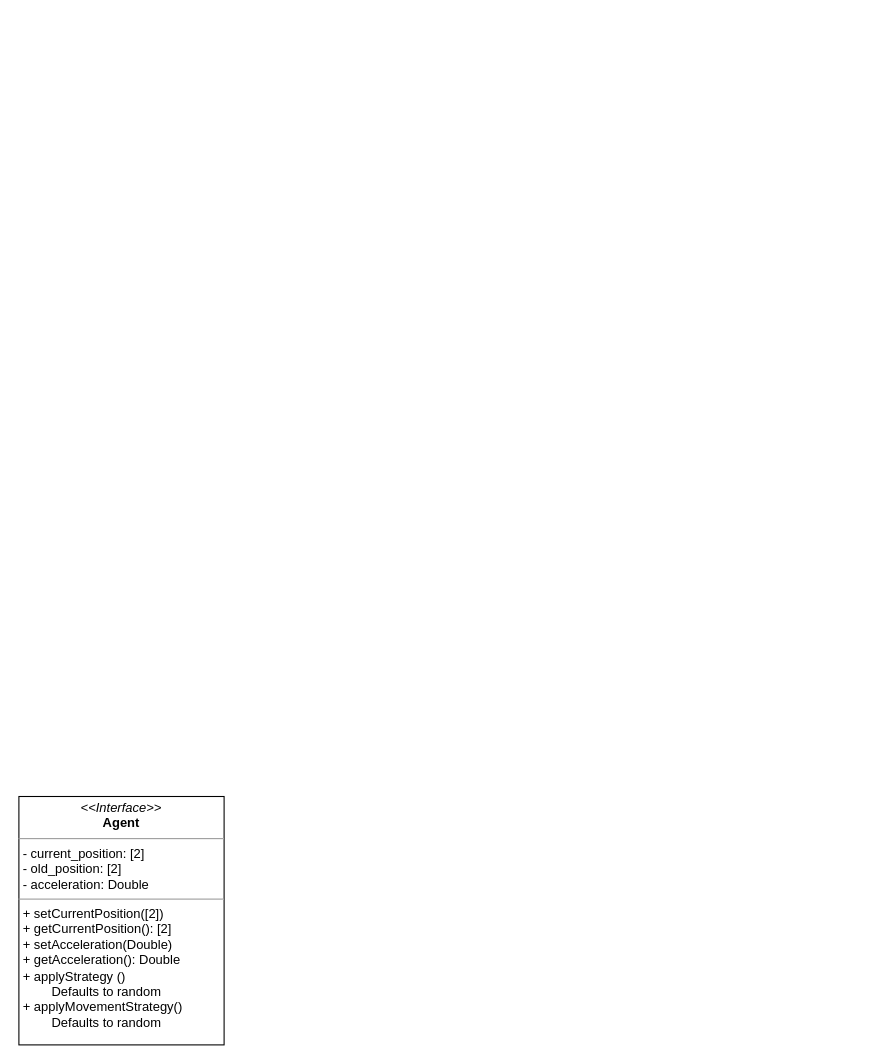
Boland-Unfug/Thesis-python keeps this draw.io diagram as Untitled Diagram.drawio. Above is the earlier version. Source tidied: cells renumbered, new cells numbered last; positions are measured from the earlier drawing's top-left corner, leaving out a move shared by most shapes. Both pictures are drawn from the tidied source at 108%, with x=0, y=0 at pixel (18, 796).
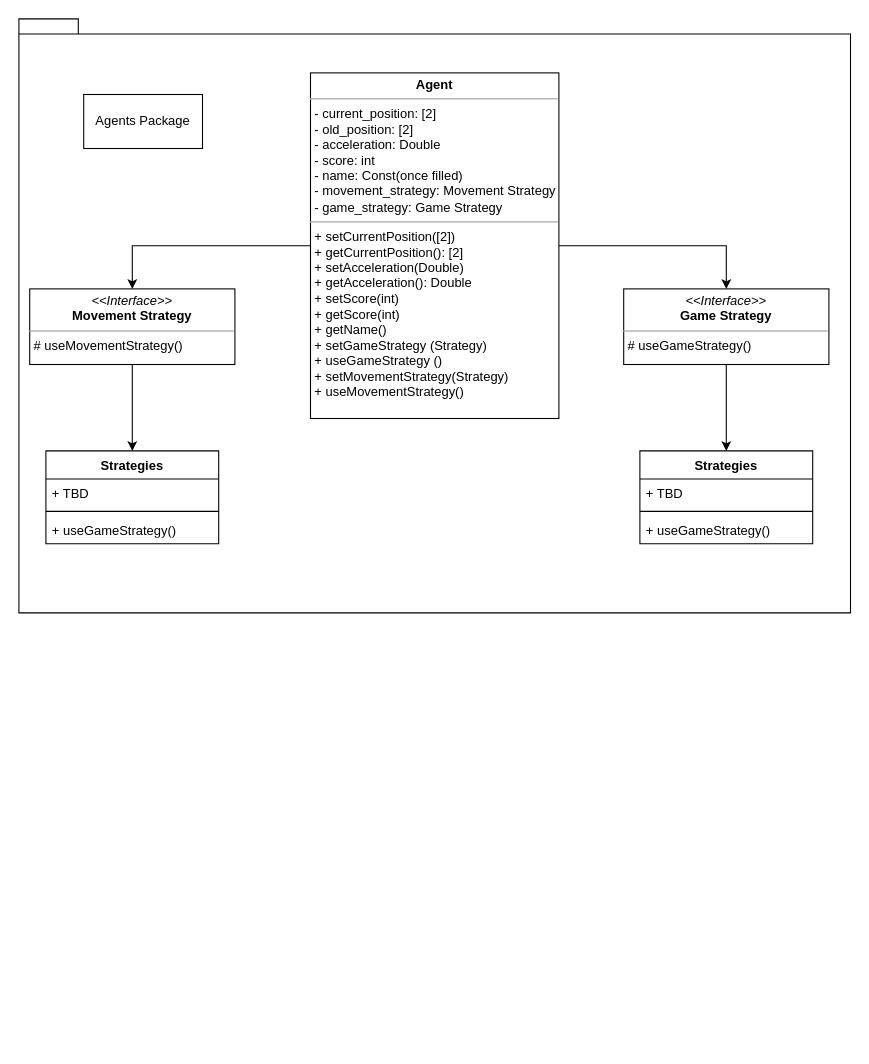
The same page after the edit.

What changed in the source:
```diff
@@
+    <mxCell id="3" style="group;" parent="1" vertex="1">
+      <mxGeometry y="-720" width="770" height="550" as="geometry" />
+    </mxCell>
+    <mxCell id="4" style="group;" parent="3" vertex="1">
+      <mxGeometry width="770" height="550" as="geometry" />
+    </mxCell>
+    <mxCell id="5" style="shape=folder;fontStyle=1;spacingTop=10;tabWidth=40;tabHeight=14;tabPosition=left;html=1;whiteSpace=wrap;" parent="4" vertex="1">
+      <mxGeometry width="770" height="550" as="geometry" />
+    </mxCell>
-    <mxCell id="2" value="&lt;p style=&quot;margin:0px;margin-top:4px;text-align:center;&quot;&gt;&lt;i&gt;&amp;lt;&amp;lt;Interface&amp;gt;&amp;gt;&lt;/i&gt;&lt;br&gt;&lt;b&gt;Agent&lt;/b&gt;&lt;br&gt;&lt;/p&gt;&lt;hr size=&quot;1&quot;&gt;&lt;p style=&quot;margin:0px;margin-left:4px;&quot;&gt;- current_position: [2]&lt;br&gt;- old_position: [2]&lt;/p&gt;&lt;p style=&quot;margin:0px;margin-left:4px;&quot;&gt;- acceleration: Double&lt;br&gt;&lt;/p&gt;&lt;hr size=&quot;1&quot;&gt;&lt;p style=&quot;margin:0px;margin-left:4px;&quot;&gt;+ setCurrentPosition([2])&lt;br&gt;+ getCurrentPosition(): [2]&lt;/p&gt;&lt;p style=&quot;margin:0px;margin-left:4px;&quot;&gt;+ setAcceleration(Double)&lt;br&gt;+ getAcceleration(): Double&lt;/p&gt;&lt;p style=&quot;margin:0px;margin-left:4px;&quot;&gt;+ applyStrategy ()&lt;/p&gt;&lt;p style=&quot;margin:0px;margin-left:4px;&quot;&gt;&lt;span style=&quot;white-space: pre;&quot;&gt;&#9;&lt;/span&gt;Defaults to random&lt;br&gt;&lt;/p&gt;&lt;p style=&quot;margin:0px;margin-left:4px;&quot;&gt;+ applyMovementStrategy()&lt;/p&gt;&lt;p style=&quot;margin:0px;margin-left:4px;&quot;&gt;&lt;span style=&quot;white-space: pre;&quot;&gt;&#9;&lt;/span&gt;Defaults to random&lt;br&gt;&lt;/p&gt;" style="verticalAlign=top;align=left;overflow=fill;fontSize=12;fontFamily=Helvetica;html=1;whiteSpace=wrap;" parent="1" vertex="1">
-      <mxGeometry width="190" height="230" as="geometry" />
+    <mxCell id="2" value="&lt;p style=&quot;margin:0px;margin-top:4px;text-align:center;&quot;&gt;&lt;b&gt;Agent&lt;/b&gt;&lt;br&gt;&lt;/p&gt;&lt;hr size=&quot;1&quot;&gt;&lt;p style=&quot;margin:0px;margin-left:4px;&quot;&gt;- current_position: [2]&lt;br&gt;- old_position: [2]&lt;/p&gt;&lt;p style=&quot;margin:0px;margin-left:4px;&quot;&gt;- acceleration: Double&lt;/p&gt;&lt;p style=&quot;margin:0px;margin-left:4px;&quot;&gt;- score: int&lt;/p&gt;&lt;p style=&quot;margin:0px;margin-left:4px;&quot;&gt;- name: Const(once filled)&lt;/p&gt;&lt;p style=&quot;margin:0px;margin-left:4px;&quot;&gt;- movement_strategy: Movement Strategy&lt;/p&gt;&lt;p style=&quot;margin:0px;margin-left:4px;&quot;&gt;- game_strategy: Game Strategy&lt;br&gt;&lt;/p&gt;&lt;hr size=&quot;1&quot;&gt;&lt;p style=&quot;margin:0px;margin-left:4px;&quot;&gt;+ setCurrentPosition([2])&lt;br&gt;+ getCurrentPosition(): [2]&lt;/p&gt;&lt;p style=&quot;margin:0px;margin-left:4px;&quot;&gt;+ setAcceleration(Double)&lt;br&gt;+ getAcceleration(): Double&lt;/p&gt;&lt;p style=&quot;margin:0px;margin-left:4px;&quot;&gt;+ setScore(int)&lt;/p&gt;&lt;p style=&quot;margin:0px;margin-left:4px;&quot;&gt;+ getScore(int)&lt;/p&gt;&lt;p style=&quot;margin:0px;margin-left:4px;&quot;&gt;+ getName()&lt;br&gt;&lt;/p&gt;&lt;p style=&quot;margin:0px;margin-left:4px;&quot;&gt;+ setGameStrategy (Strategy)&lt;br&gt;&lt;/p&gt;&lt;p style=&quot;margin:0px;margin-left:4px;&quot;&gt;+ useGameStrategy ()&lt;/p&gt;&lt;p style=&quot;margin:0px;margin-left:4px;&quot;&gt;+ setMovementStrategy(Strategy)&lt;br&gt;&lt;/p&gt;&lt;p style=&quot;margin:0px;margin-left:4px;&quot;&gt;+ useMovementStrategy()&lt;/p&gt;" style="verticalAlign=top;align=left;overflow=fill;fontSize=12;fontFamily=Helvetica;html=1;whiteSpace=wrap;" parent="4" vertex="1">
+      <mxGeometry x="270" y="50" width="230" height="320" as="geometry" />
     </mxCell>
+    <mxCell id="6" value="&lt;p style=&quot;margin:0px;margin-top:4px;text-align:center;&quot;&gt;&lt;i&gt;&amp;lt;&amp;lt;Interface&amp;gt;&amp;gt;&lt;/i&gt;&lt;br&gt;&lt;b&gt;Game Strategy&lt;/b&gt;&lt;br&gt;&lt;/p&gt;&lt;hr size=&quot;1&quot;&gt;&lt;p style=&quot;margin:0px;margin-left:4px;&quot;&gt;# useGameStrategy()&lt;br&gt;&lt;/p&gt;" style="verticalAlign=top;align=left;overflow=fill;fontSize=12;fontFamily=Helvetica;html=1;whiteSpace=wrap;" parent="4" vertex="1">
+      <mxGeometry x="560" y="250" width="190" height="70" as="geometry" />
+    </mxCell>
+    <mxCell id="7" style="edgeStyle=orthogonalEdgeStyle;rounded=0;jettySize=auto;html=1;exitX=1;exitY=0.5;exitDx=0;exitDy=0;entryX=0.5;entryY=0;entryDx=0;entryDy=0;" parent="4" edge="1" source="2" target="6">
+      <mxGeometry relative="1" as="geometry" />
+    </mxCell>
+    <mxCell id="8" value="&lt;p style=&quot;margin:0px;margin-top:4px;text-align:center;&quot;&gt;&lt;i&gt;&amp;lt;&amp;lt;Interface&amp;gt;&amp;gt;&lt;/i&gt;&lt;br&gt;&lt;b&gt;Movement Strategy&lt;/b&gt;&lt;br&gt;&lt;/p&gt;&lt;hr size=&quot;1&quot;&gt;&lt;p style=&quot;margin:0px;margin-left:4px;&quot;&gt;# useMovementStrategy()&lt;br&gt;&lt;/p&gt;" style="verticalAlign=top;align=left;overflow=fill;fontSize=12;fontFamily=Helvetica;html=1;whiteSpace=wrap;" parent="4" vertex="1">
+      <mxGeometry x="10" y="250" width="190" height="70" as="geometry" />
+    </mxCell>
+    <mxCell id="9" style="edgeStyle=orthogonalEdgeStyle;rounded=0;jettySize=auto;html=1;exitX=0;exitY=0.5;exitDx=0;exitDy=0;entryX=0.5;entryY=0;entryDx=0;entryDy=0;" parent="4" edge="1" source="2" target="8">
+      <mxGeometry relative="1" as="geometry" />
+    </mxCell>
+    <mxCell id="10" value="Strategies" style="swimlane;fontStyle=1;align=center;verticalAlign=top;horizontal=1;startSize=26;whiteSpace=wrap;html=1;" parent="4" vertex="1">
+      <mxGeometry x="575" y="400" width="160" height="86" as="geometry" />
+    </mxCell>
+    <mxCell id="11" value="+ TBD" style="text;strokeColor=none;fillColor=none;align=left;verticalAlign=top;spacingLeft=4;spacingRight=4;overflow=hidden;whiteSpace=wrap;html=1;" parent="10" vertex="1">
+      <mxGeometry y="26" width="160" height="26" as="geometry" />
+    </mxCell>
+    <mxCell id="12" style="line;strokeWidth=1;fillColor=none;align=left;verticalAlign=middle;spacingTop=-1;spacingLeft=3;spacingRight=3;labelPosition=right;strokeColor=inherit;" parent="10" vertex="1">
+      <mxGeometry y="52" width="160" height="8" as="geometry" />
+    </mxCell>
+    <mxCell id="13" value="+ useGameStrategy()" style="text;strokeColor=none;fillColor=none;align=left;verticalAlign=top;spacingLeft=4;spacingRight=4;overflow=hidden;whiteSpace=wrap;html=1;" parent="10" vertex="1">
+      <mxGeometry y="60" width="160" height="26" as="geometry" />
+    </mxCell>
+    <mxCell id="14" style="edgeStyle=orthogonalEdgeStyle;rounded=0;jettySize=auto;html=1;entryX=0.5;entryY=0;entryDx=0;entryDy=0;" parent="4" edge="1" source="6" target="10">
+      <mxGeometry relative="1" as="geometry" />
+    </mxCell>
+    <mxCell id="15" value="Strategies" style="swimlane;fontStyle=1;align=center;verticalAlign=top;horizontal=1;startSize=26;whiteSpace=wrap;html=1;" parent="4" vertex="1">
+      <mxGeometry x="25" y="400" width="160" height="86" as="geometry" />
+    </mxCell>
+    <mxCell id="16" value="+ TBD" style="text;strokeColor=none;fillColor=none;align=left;verticalAlign=top;spacingLeft=4;spacingRight=4;overflow=hidden;whiteSpace=wrap;html=1;" parent="15" vertex="1">
+      <mxGeometry y="26" width="160" height="26" as="geometry" />
+    </mxCell>
+    <mxCell id="17" style="line;strokeWidth=1;fillColor=none;align=left;verticalAlign=middle;spacingTop=-1;spacingLeft=3;spacingRight=3;labelPosition=right;strokeColor=inherit;" parent="15" vertex="1">
+      <mxGeometry y="52" width="160" height="8" as="geometry" />
+    </mxCell>
+    <mxCell id="18" value="+ useGameStrategy()" style="text;strokeColor=none;fillColor=none;align=left;verticalAlign=top;spacingLeft=4;spacingRight=4;overflow=hidden;whiteSpace=wrap;html=1;" parent="15" vertex="1">
+      <mxGeometry y="60" width="160" height="26" as="geometry" />
+    </mxCell>
+    <mxCell id="19" style="edgeStyle=orthogonalEdgeStyle;rounded=0;jettySize=auto;html=1;entryX=0.5;entryY=0;entryDx=0;entryDy=0;" parent="4" edge="1" source="8" target="15">
+      <mxGeometry relative="1" as="geometry" />
+    </mxCell>
+    <mxCell id="20" value="Agents Package" style="html=1;whiteSpace=wrap;" parent="3" vertex="1">
+      <mxGeometry x="60" y="70" width="110" height="50" as="geometry" />
+    </mxCell>
```
